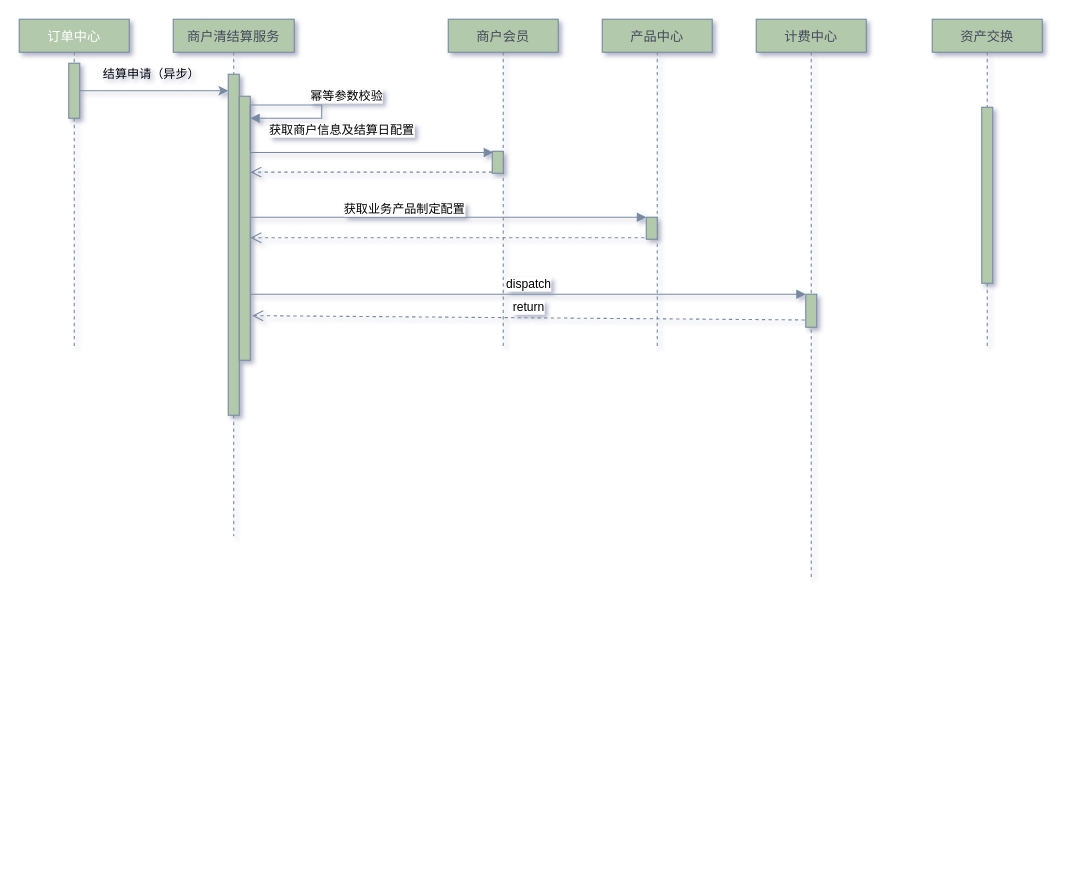
Before: merchant-settle/Untitled Diagram.drawio in DominicElvira/Diagrams, a draw.io diagram. Source tidied: cells renumbered, new cells numbered last; positions are measured from the earlier drawing's top-left corner, leaving out a move shared by most shapes. Both pictures are drawn from the tidied source at 110%, with x=0, y=0 at pixel (19, 19).
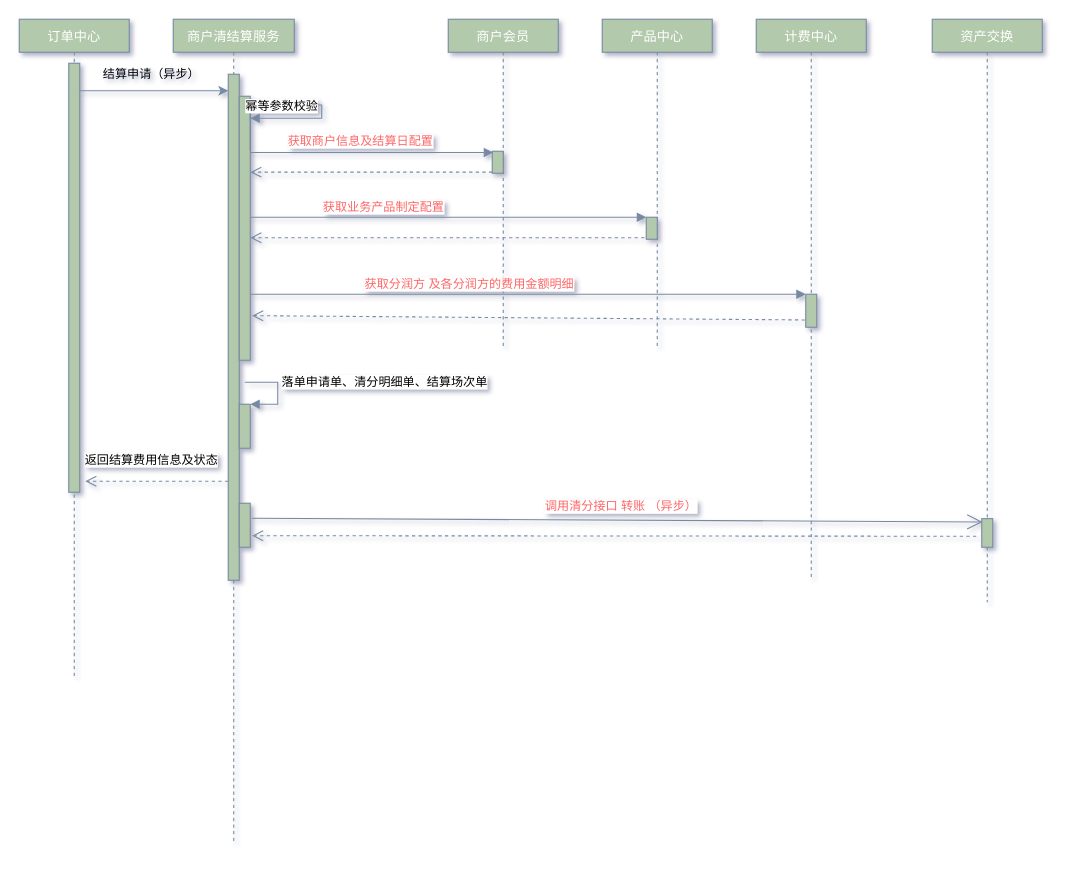
After the change.

Unchanged cells that the change refers to:
```xml
<mxCell id="6" style="html=1;points=[];perimeter=orthogonalPerimeter;fontSize=11;fontColor=#000000;strokeColor=#788AA3;fillColor=#B2C9AB;" parent="4" vertex="1">
  <mxGeometry x="60" y="70" width="10" height="240" as="geometry" />
</mxCell>
<mxCell id="9" style="html=1;points=[];perimeter=orthogonalPerimeter;fontSize=11;fontColor=#000000;strokeColor=#788AA3;fillColor=#B2C9AB;" parent="8" vertex="1">
  <mxGeometry x="45" y="250" width="10" height="30" as="geometry" />
</mxCell>
<mxCell id="13" style="html=1;points=[];perimeter=orthogonalPerimeter;fontSize=11;fontColor=#000000;strokeColor=#788AA3;fillColor=#B2C9AB;" parent="12" vertex="1">
  <mxGeometry x="40" y="120" width="10" height="20" as="geometry" />
</mxCell>
<mxCell id="19" style="html=1;points=[];perimeter=orthogonalPerimeter;fontSize=11;fontColor=#000000;strokeColor=#788AA3;fillColor=#B2C9AB;" parent="18" vertex="1">
  <mxGeometry x="40" y="180" width="10" height="20" as="geometry" />
</mxCell>
```

The edit, as a diff of the source:
```diff
@@
     <mxCell id="2" value="订单中心" style="shape=umlLifeline;perimeter=lifelinePerimeter;shadow=0;strokeWidth=1;fillColor=#B2C9AB;strokeColor=#788AA3;fontColor=#FFFFFF;rounded=0;size=30;" parent="1" vertex="1">
-      <mxGeometry width="100" height="300" as="geometry" />
+      <mxGeometry width="100" height="600" as="geometry" />
     </mxCell>
     <mxCell id="3" style="points=[];perimeter=orthogonalPerimeter;shadow=0;strokeWidth=1;fillColor=#B2C9AB;strokeColor=#788AA3;fontColor=#46495D;rounded=0;" parent="2" vertex="1">
-      <mxGeometry x="45" y="40" width="10" height="50" as="geometry" />
+      <mxGeometry x="45" y="40" width="10" height="390" as="geometry" />
     </mxCell>
-    <mxCell id="4" value="商户清结算服务" style="shape=umlLifeline;perimeter=lifelinePerimeter;shadow=0;strokeWidth=1;fillColor=#B2C9AB;strokeColor=#788AA3;fontColor=#46495D;rounded=0;size=30;" parent="1" vertex="1">
-      <mxGeometry x="140" width="110" height="470" as="geometry" />
+    <mxCell id="4" value="商户清结算服务" style="shape=umlLifeline;perimeter=lifelinePerimeter;shadow=0;strokeWidth=1;fillColor=#B2C9AB;strokeColor=#788AA3;fontColor=#FFFFFF;rounded=0;size=30;" parent="1" vertex="1">
+      <mxGeometry x="140" width="110" height="750" as="geometry" />
     </mxCell>
     <mxCell id="5" style="points=[];perimeter=orthogonalPerimeter;shadow=0;strokeWidth=1;fillColor=#B2C9AB;strokeColor=#788AA3;fontColor=#46495D;rounded=0;" parent="4" vertex="1">
-      <mxGeometry x="50" y="50" width="10" height="310" as="geometry" />
+      <mxGeometry x="50" y="50" width="10" height="460" as="geometry" />
     </mxCell>
@@
     <mxCell id="7" value="幂等参数校验" style="edgeStyle=orthogonalEdgeStyle;html=1;align=left;spacingLeft=2;endArrow=block;rounded=0;fontSize=11;fontColor=#000000;strokeColor=#788AA3;fillColor=#B2C9AB;curved=0;exitX=1.003;exitY=0.207;exitDx=0;exitDy=0;exitPerimeter=0;" parent="4" edge="1" source="6" target="6">
-      <mxGeometry x="0.01" y="8" relative="1" as="geometry">
+      <mxGeometry x="-0.55" y="8" relative="1" as="geometry">
         <Array as="points">
           <mxPoint x="135" y="78" />
           <mxPoint x="135" y="90" />
         </Array>
       </mxGeometry>
     </mxCell>
+    <mxCell id="24" style="html=1;points=[];perimeter=orthogonalPerimeter;fontSize=11;fontColor=#000000;strokeColor=#788AA3;fillColor=#B2C9AB;" parent="4" vertex="1">
+      <mxGeometry x="60" y="350" width="10" height="40" as="geometry" />
+    </mxCell>
+    <mxCell id="25" value="落单申请单、清分明细单、结算场次单" style="edgeStyle=orthogonalEdgeStyle;html=1;align=left;spacingLeft=2;endArrow=block;rounded=0;entryX=1;entryY=0;fontSize=11;fontColor=#000000;strokeColor=#788AA3;strokeWidth=1;fillColor=#B2C9AB;curved=0;jumpStyle=none;" parent="4" edge="1" target="24">
+      <mxGeometry x="-0.2" relative="1" as="geometry">
+        <mxPoint x="65" y="330" as="sourcePoint" />
+        <Array as="points">
+          <mxPoint x="95" y="330" />
+        </Array>
+      </mxGeometry>
+    </mxCell>
+    <mxCell id="26" value="返回结算费用信息及状态" style="html=1;verticalAlign=bottom;endArrow=open;dashed=1;endSize=8;fontSize=11;fontColor=#000000;strokeColor=#788AA3;strokeWidth=1;fillColor=#B2C9AB;curved=0;jumpStyle=none;" parent="4" edge="1">
+      <mxGeometry x="0.08" y="-10" relative="1" as="geometry">
+        <mxPoint x="50" y="420" as="sourcePoint" />
+        <mxPoint x="-80" y="420" as="targetPoint" />
+      </mxGeometry>
+    </mxCell>
+    <mxCell id="27" style="html=1;points=[];perimeter=orthogonalPerimeter;fontSize=11;fontColor=#000000;strokeColor=#788AA3;fillColor=#B2C9AB;" parent="4" vertex="1">
+      <mxGeometry x="60" y="440" width="10" height="40" as="geometry" />
+    </mxCell>
-    <mxCell id="8" value="计费中心" style="shape=umlLifeline;perimeter=lifelinePerimeter;shadow=0;strokeWidth=1;fillColor=#B2C9AB;strokeColor=#788AA3;fontColor=#46495D;rounded=0;size=30;" parent="1" vertex="1">
+    <mxCell id="8" value="计费中心" style="shape=umlLifeline;perimeter=lifelinePerimeter;shadow=0;strokeWidth=1;fillColor=#B2C9AB;strokeColor=#788AA3;fontColor=#FFFFFF;rounded=0;size=30;" parent="1" vertex="1">
       <mxGeometry x="670" width="100" height="510" as="geometry" />
     </mxCell>
@@
-    <mxCell id="10" value="资产交换" style="shape=umlLifeline;perimeter=lifelinePerimeter;shadow=0;strokeWidth=1;fillColor=#B2C9AB;strokeColor=#788AA3;fontColor=#46495D;rounded=0;size=30;" parent="1" vertex="1">
-      <mxGeometry x="830" width="100" height="300" as="geometry" />
+    <mxCell id="10" value="资产交换" style="shape=umlLifeline;perimeter=lifelinePerimeter;shadow=0;strokeWidth=1;fillColor=#B2C9AB;strokeColor=#788AA3;fontColor=#FFFFFF;rounded=0;size=30;" parent="1" vertex="1">
+      <mxGeometry x="830" width="100" height="530" as="geometry" />
     </mxCell>
-    <mxCell id="11" style="perimeter=orthogonalPerimeter;shadow=0;strokeWidth=1;fillColor=#B2C9AB;strokeColor=#788AA3;fontColor=#46495D;rounded=0;" parent="10" vertex="1">
-      <mxGeometry x="45" y="80" width="10" height="160" as="geometry" />
-    </mxCell>
+    <mxCell id="28" style="html=1;points=[];perimeter=orthogonalPerimeter;fontSize=11;fontColor=#000000;strokeColor=#788AA3;fillColor=#B2C9AB;" parent="10" vertex="1">
+      <mxGeometry x="45" y="454" width="10" height="26" as="geometry" />
+    </mxCell>
-    <mxCell id="12" value="商户会员" style="shape=umlLifeline;perimeter=lifelinePerimeter;shadow=0;strokeWidth=1;fillColor=#B2C9AB;strokeColor=#788AA3;fontColor=#46495D;rounded=0;size=30;" parent="1" vertex="1">
+    <mxCell id="12" value="商户会员" style="shape=umlLifeline;perimeter=lifelinePerimeter;shadow=0;strokeWidth=1;fillColor=#B2C9AB;strokeColor=#788AA3;fontColor=#FFFFFF;rounded=0;size=30;" parent="1" vertex="1">
       <mxGeometry x="390" width="100" height="300" as="geometry" />
     </mxCell>
@@
-    <mxCell id="16" value="获取商户信息及结算日配置" style="html=1;verticalAlign=bottom;endArrow=block;fontSize=11;fontColor=#000000;strokeColor=#788AA3;fillColor=#B2C9AB;curved=0;entryX=0.083;entryY=0.058;entryDx=0;entryDy=0;entryPerimeter=0;strokeWidth=1;jumpStyle=none;" parent="1" edge="1" source="6" target="13">
-      <mxGeometry x="-0.25" y="11" relative="1" as="geometry" />
+    <mxCell id="16" value="&lt;font color=&quot;#ff6666&quot;&gt;获取商户信息及结算日配置&lt;/font&gt;" style="html=1;verticalAlign=bottom;endArrow=block;fontSize=11;fontColor=#000000;strokeColor=#788AA3;fillColor=#B2C9AB;curved=0;entryX=0.083;entryY=0.058;entryDx=0;entryDy=0;entryPerimeter=0;strokeWidth=1;jumpStyle=none;" parent="1" edge="1" source="6" target="13">
+      <mxGeometry x="-0.09" y="1" relative="1" as="geometry" />
     </mxCell>
@@
-    <mxCell id="18" value="产品中心" style="shape=umlLifeline;perimeter=lifelinePerimeter;shadow=0;strokeWidth=1;fillColor=#B2C9AB;strokeColor=#788AA3;fontColor=#46495D;rounded=0;size=30;" parent="1" vertex="1">
+    <mxCell id="18" value="产品中心" style="shape=umlLifeline;perimeter=lifelinePerimeter;shadow=0;strokeWidth=1;fillColor=#B2C9AB;strokeColor=#788AA3;fontColor=#FFFFFF;rounded=0;size=30;" parent="1" vertex="1">
       <mxGeometry x="530" width="100" height="300" as="geometry" />
     </mxCell>
@@
-    <mxCell id="20" value="获取业务产品制定配置" style="html=1;verticalAlign=bottom;endArrow=block;entryX=0;entryY=0;fontSize=11;fontColor=#000000;strokeColor=#788AA3;fillColor=#B2C9AB;curved=0;jumpStyle=none;" parent="1" edge="1" source="6" target="19">
-      <mxGeometry x="-0.22" y="-2" relative="1" as="geometry" />
+    <mxCell id="20" value="&lt;font color=&quot;#ff6666&quot;&gt;获取业务产品制定配置&lt;/font&gt;" style="html=1;verticalAlign=bottom;endArrow=block;entryX=0;entryY=0;fontSize=11;fontColor=#000000;strokeColor=#788AA3;fillColor=#B2C9AB;curved=0;jumpStyle=none;" parent="1" edge="1" source="6" target="19">
+      <mxGeometry x="-0.33" relative="1" as="geometry" />
     </mxCell>
@@
-    <mxCell id="22" value="dispatch" style="html=1;verticalAlign=bottom;endArrow=block;entryX=0;entryY=0;fontSize=11;fontColor=#000000;strokeColor=#788AA3;strokeWidth=1;fillColor=#B2C9AB;curved=0;jumpStyle=none;" parent="1" edge="1" target="9">
-      <mxGeometry relative="1" as="geometry">
+    <mxCell id="22" value="&lt;font color=&quot;#ff6666&quot;&gt;获取分润方 及各分润方的费用金额明细&lt;/font&gt;" style="html=1;verticalAlign=bottom;endArrow=block;entryX=0;entryY=0;fontSize=11;fontColor=#000000;strokeColor=#788AA3;strokeWidth=1;fillColor=#B2C9AB;curved=0;jumpStyle=none;" parent="1" edge="1" target="9">
+      <mxGeometry x="-0.21" relative="1" as="geometry">
         <mxPoint x="210" y="250" as="sourcePoint" />
       </mxGeometry>
     </mxCell>
-    <mxCell id="23" value="return" style="html=1;verticalAlign=bottom;endArrow=open;dashed=1;endSize=8;fontSize=11;fontColor=#000000;strokeColor=#788AA3;strokeWidth=1;fillColor=#B2C9AB;curved=0;jumpStyle=none;entryX=1.167;entryY=0.831;entryDx=0;entryDy=0;entryPerimeter=0;exitX=-0.083;exitY=0.779;exitDx=0;exitDy=0;exitPerimeter=0;" parent="1" edge="1" source="9" target="6">
+    <mxCell id="23" style="html=1;verticalAlign=bottom;endArrow=open;dashed=1;endSize=8;fontSize=11;fontColor=#000000;strokeColor=#788AA3;strokeWidth=1;fillColor=#B2C9AB;curved=0;jumpStyle=none;entryX=1.167;entryY=0.831;entryDx=0;entryDy=0;entryPerimeter=0;exitX=-0.083;exitY=0.779;exitDx=0;exitDy=0;exitPerimeter=0;" parent="1" edge="1" source="9" target="6">
       <mxGeometry relative="1" as="geometry" />
     </mxCell>
+    <mxCell id="29" value="&lt;font color=&quot;#ff6666&quot;&gt;调用清分接口 转账 （异步）&lt;/font&gt;" style="html=1;verticalAlign=bottom;endArrow=open;dashed=1;endSize=8;fontSize=11;fontColor=#000000;strokeColor=#788AA3;strokeWidth=1;fillColor=#B2C9AB;curved=0;jumpStyle=none;entryX=1.167;entryY=0.738;entryDx=0;entryDy=0;entryPerimeter=0;" parent="1" edge="1" target="27">
+      <mxGeometry x="-0.02" y="-18" relative="1" as="geometry">
+        <mxPoint x="870" y="470" as="sourcePoint" />
+      </mxGeometry>
+    </mxCell>
+    <mxCell id="30" style="endArrow=open;endFill=1;endSize=12;html=1;fontSize=11;fontColor=#000000;strokeColor=#788AA3;strokeWidth=1;fillColor=#B2C9AB;curved=0;jumpStyle=none;exitX=1.167;exitY=0.342;exitDx=0;exitDy=0;exitPerimeter=0;entryX=0.083;entryY=0.115;entryDx=0;entryDy=0;entryPerimeter=0;" parent="1" edge="1" source="27" target="28">
+      <mxGeometry relative="1" as="geometry" />
+    </mxCell>
```
